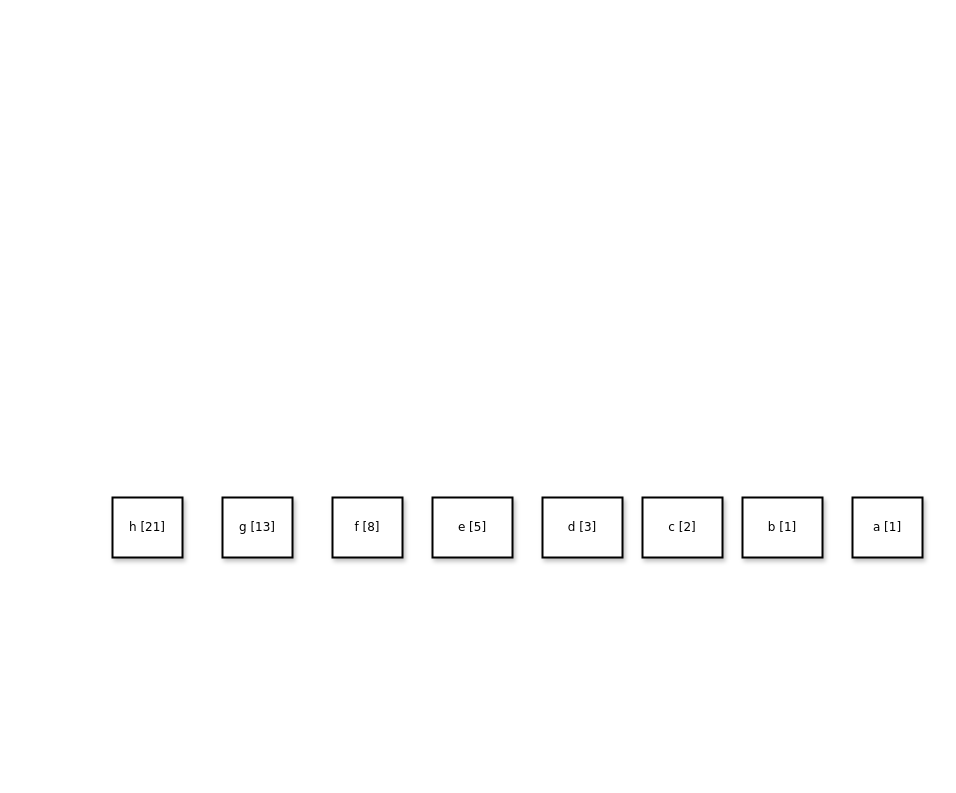
Above: Untitled Diagram.drawio in Depaul-University/Algorithms-and-Data-Structures (draw.io), before the change. Source tidied: cells renumbered, new cells numbered last; positions are measured from the earlier drawing's top-left corner, leaving out a move shared by most shapes. Both pictures are drawn from the tidied source at 100%, with x=0, y=0 at pixel (112, 497).
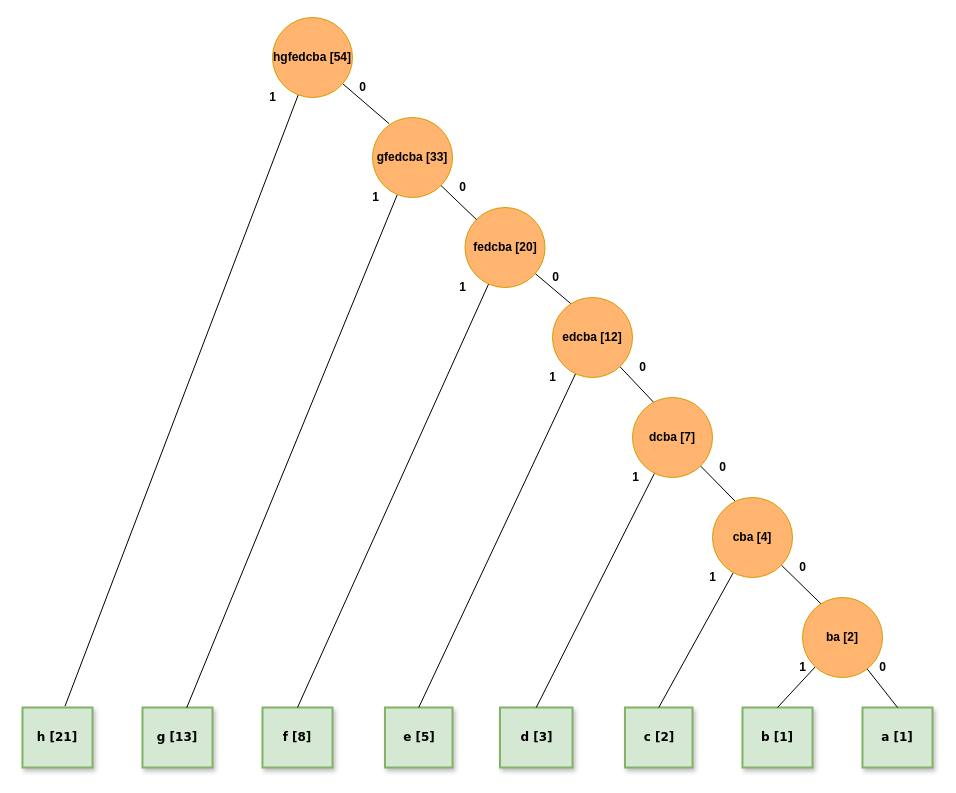
The same page after the edit.

Commit message:
Huffman Encoding First 8 Fibonaci Sequence Diagram.drawio

The edit, as a diff of the source:
```diff
@@
-    <mxCell id="2" value="a [1]" style="whiteSpace=wrap;html=1;rounded=0;shadow=1;labelBackgroundColor=none;strokeWidth=2;fontFamily=Verdana;fontSize=12;align=center;" parent="1" vertex="1">
-      <mxGeometry x="740" width="70" height="60" as="geometry" />
+    <mxCell id="2" value="a [1]" style="whiteSpace=wrap;html=1;rounded=0;shadow=1;labelBackgroundColor=none;strokeWidth=2;fontFamily=Verdana;fontSize=12;align=center;fillColor=#d5e8d4;strokeColor=#82b366;fontStyle=1;" parent="1" vertex="1">
+      <mxGeometry x="750" y="210" width="70" height="60" as="geometry" />
     </mxCell>
-    <mxCell id="3" value="e [5]" style="whiteSpace=wrap;html=1;rounded=0;shadow=1;labelBackgroundColor=none;strokeWidth=2;fontFamily=Verdana;fontSize=12;align=center;" parent="1" vertex="1">
-      <mxGeometry x="320" width="80" height="60" as="geometry" />
+    <mxCell id="3" value="e [5]" style="whiteSpace=wrap;html=1;rounded=0;shadow=1;labelBackgroundColor=none;strokeWidth=2;fontFamily=Verdana;fontSize=12;align=center;fillColor=#d5e8d4;strokeColor=#82b366;fontStyle=1;" parent="1" vertex="1">
+      <mxGeometry x="272.5" y="210" width="67.5" height="60" as="geometry" />
     </mxCell>
-    <mxCell id="4" value="d [3]" style="whiteSpace=wrap;html=1;rounded=0;shadow=1;labelBackgroundColor=none;strokeWidth=2;fontFamily=Verdana;fontSize=12;align=center;" parent="1" vertex="1">
-      <mxGeometry x="430" width="80" height="60" as="geometry" />
+    <mxCell id="4" value="d [3]" style="whiteSpace=wrap;html=1;rounded=0;shadow=1;labelBackgroundColor=none;strokeWidth=2;fontFamily=Verdana;fontSize=12;align=center;fillColor=#d5e8d4;strokeColor=#82b366;fontStyle=1;" parent="1" vertex="1">
+      <mxGeometry x="387.5" y="210" width="72.5" height="60" as="geometry" />
     </mxCell>
-    <mxCell id="5" value="c [2]" style="whiteSpace=wrap;html=1;rounded=0;shadow=1;labelBackgroundColor=none;strokeWidth=2;fontFamily=Verdana;fontSize=12;align=center;" parent="1" vertex="1">
-      <mxGeometry x="530" width="80" height="60" as="geometry" />
+    <mxCell id="5" value="c [2]" style="whiteSpace=wrap;html=1;rounded=0;shadow=1;labelBackgroundColor=none;strokeWidth=2;fontFamily=Verdana;fontSize=12;align=center;fillColor=#d5e8d4;strokeColor=#82b366;fontStyle=1;" parent="1" vertex="1">
+      <mxGeometry x="512.5" y="210" width="67.5" height="60" as="geometry" />
     </mxCell>
-    <mxCell id="6" value="b [1]" style="whiteSpace=wrap;html=1;rounded=0;shadow=1;labelBackgroundColor=none;strokeWidth=2;fontFamily=Verdana;fontSize=12;align=center;" parent="1" vertex="1">
-      <mxGeometry x="630" width="80" height="60" as="geometry" />
+    <mxCell id="6" value="b [1]" style="whiteSpace=wrap;html=1;rounded=0;shadow=1;labelBackgroundColor=none;strokeWidth=2;fontFamily=Verdana;fontSize=12;align=center;fillColor=#d5e8d4;strokeColor=#82b366;fontStyle=1;" parent="1" vertex="1">
+      <mxGeometry x="630" y="210" width="70" height="60" as="geometry" />
     </mxCell>
-    <mxCell id="7" value="f [8]" style="whiteSpace=wrap;html=1;rounded=0;shadow=1;labelBackgroundColor=none;strokeWidth=2;fontFamily=Verdana;fontSize=12;align=center;" parent="1" vertex="1">
-      <mxGeometry x="220" width="70" height="60" as="geometry" />
+    <mxCell id="7" value="f [8]" style="whiteSpace=wrap;html=1;rounded=0;shadow=1;labelBackgroundColor=none;strokeWidth=2;fontFamily=Verdana;fontSize=12;align=center;fillColor=#d5e8d4;strokeColor=#82b366;fontStyle=1;" parent="1" vertex="1">
+      <mxGeometry x="150" y="210" width="70" height="60" as="geometry" />
     </mxCell>
-    <mxCell id="8" value="g [13]" style="whiteSpace=wrap;html=1;rounded=0;shadow=1;labelBackgroundColor=none;strokeWidth=2;fontFamily=Verdana;fontSize=12;align=center;" parent="1" vertex="1">
-      <mxGeometry x="110" width="70" height="60" as="geometry" />
+    <mxCell id="8" value="g [13]" style="whiteSpace=wrap;html=1;rounded=0;shadow=1;labelBackgroundColor=none;strokeWidth=2;fontFamily=Verdana;fontSize=12;align=center;fillColor=#d5e8d4;strokeColor=#82b366;fontStyle=1;" parent="1" vertex="1">
+      <mxGeometry x="30" y="210" width="70" height="60" as="geometry" />
     </mxCell>
+    <mxCell id="10" style="edgeStyle=none;rounded=0;jettySize=auto;html=1;entryX=0.229;entryY=0.077;entryDx=0;entryDy=0;entryPerimeter=0;endArrow=none;endFill=0;" parent="1" edge="1" source="12" target="15">
+      <mxGeometry relative="1" as="geometry" />
+    </mxCell>
+    <mxCell id="11" style="edgeStyle=none;rounded=0;jettySize=auto;html=1;entryX=0.5;entryY=0;entryDx=0;entryDy=0;endArrow=none;endFill=0;" parent="1" edge="1" source="12" target="7">
+      <mxGeometry relative="1" as="geometry" />
+    </mxCell>
+    <mxCell id="12" value="fedcba [20]" style="ellipse;whiteSpace=wrap;html=1;fillColor=#FFB570;strokeColor=#d79b00;fontStyle=1;" parent="1" vertex="1">
+      <mxGeometry x="352.5" y="-290" width="80" height="80" as="geometry" />
+    </mxCell>
+    <mxCell id="13" style="edgeStyle=none;rounded=0;jettySize=auto;html=1;entryX=0.304;entryY=0.102;entryDx=0;entryDy=0;entryPerimeter=0;endArrow=none;endFill=0;" parent="1" edge="1" source="15" target="18">
+      <mxGeometry relative="1" as="geometry" />
+    </mxCell>
+    <mxCell id="14" style="edgeStyle=none;rounded=0;jettySize=auto;html=1;entryX=0.5;entryY=0;entryDx=0;entryDy=0;endArrow=none;endFill=0;" parent="1" edge="1" source="15" target="3">
+      <mxGeometry relative="1" as="geometry" />
+    </mxCell>
+    <mxCell id="15" value="edcba [12]" style="ellipse;whiteSpace=wrap;html=1;fillColor=#FFB570;strokeColor=#d79b00;fontStyle=1;" parent="1" vertex="1">
+      <mxGeometry x="440" y="-200" width="80" height="80" as="geometry" />
+    </mxCell>
+    <mxCell id="16" style="edgeStyle=none;rounded=0;jettySize=auto;html=1;entryX=0.313;entryY=0.077;entryDx=0;entryDy=0;entryPerimeter=0;endArrow=none;endFill=0;" parent="1" edge="1" source="18" target="21">
+      <mxGeometry relative="1" as="geometry" />
+    </mxCell>
+    <mxCell id="17" style="edgeStyle=none;rounded=0;jettySize=auto;html=1;entryX=0.5;entryY=0;entryDx=0;entryDy=0;endArrow=none;endFill=0;" parent="1" edge="1" source="18" target="4">
+      <mxGeometry relative="1" as="geometry" />
+    </mxCell>
+    <mxCell id="18" value="dcba [7]" style="ellipse;whiteSpace=wrap;html=1;fillColor=#FFB570;strokeColor=#d79b00;fontStyle=1;" parent="1" vertex="1">
+      <mxGeometry x="520" y="-100" width="80" height="80" as="geometry" />
+    </mxCell>
+    <mxCell id="19" style="edgeStyle=none;rounded=0;jettySize=auto;html=1;entryX=0.25;entryY=0.098;entryDx=0;entryDy=0;entryPerimeter=0;endArrow=none;endFill=0;" parent="1" edge="1" source="21" target="24">
+      <mxGeometry relative="1" as="geometry" />
+    </mxCell>
+    <mxCell id="20" style="edgeStyle=none;rounded=0;jettySize=auto;html=1;entryX=0.5;entryY=0;entryDx=0;entryDy=0;endArrow=none;endFill=0;" parent="1" edge="1" source="21" target="5">
+      <mxGeometry relative="1" as="geometry" />
+    </mxCell>
+    <mxCell id="21" value="cba [4]" style="ellipse;whiteSpace=wrap;html=1;fillColor=#FFB570;strokeColor=#d79b00;fontStyle=1;" parent="1" vertex="1">
+      <mxGeometry x="600" width="80" height="80" as="geometry" />
+    </mxCell>
+    <mxCell id="22" style="edgeStyle=none;rounded=0;jettySize=auto;html=1;entryX=0.5;entryY=0;entryDx=0;entryDy=0;endArrow=none;endFill=0;" parent="1" edge="1" source="24" target="2">
+      <mxGeometry relative="1" as="geometry" />
+    </mxCell>
+    <mxCell id="23" style="edgeStyle=none;rounded=0;jettySize=auto;html=1;entryX=0.5;entryY=0;entryDx=0;entryDy=0;endArrow=none;endFill=0;" parent="1" edge="1" source="24" target="6">
+      <mxGeometry relative="1" as="geometry" />
+    </mxCell>
+    <mxCell id="24" value="ba [2]" style="ellipse;whiteSpace=wrap;html=1;fillColor=#FFB570;strokeColor=#d79b00;fontStyle=1;" parent="1" vertex="1">
+      <mxGeometry x="690" y="100" width="80" height="80" as="geometry" />
+    </mxCell>
+    <mxCell id="25" style="edgeStyle=none;rounded=0;jettySize=auto;html=1;endArrow=none;endFill=0;" parent="1" edge="1" source="27" target="12">
+      <mxGeometry relative="1" as="geometry" />
+    </mxCell>
+    <mxCell id="26" style="edgeStyle=none;rounded=0;jettySize=auto;html=1;entryX=0.631;entryY=0.006;entryDx=0;entryDy=0;entryPerimeter=0;endArrow=none;endFill=0;" parent="1" edge="1" source="27" target="8">
+      <mxGeometry relative="1" as="geometry" />
+    </mxCell>
+    <mxCell id="27" value="gfedcba [33]" style="ellipse;whiteSpace=wrap;html=1;fillColor=#FFB570;strokeColor=#d79b00;fontStyle=1;" parent="1" vertex="1">
+      <mxGeometry x="260" y="-380" width="80" height="80" as="geometry" />
+    </mxCell>
-    <mxCell id="9" value="h [21]" style="whiteSpace=wrap;html=1;rounded=0;shadow=1;labelBackgroundColor=none;strokeWidth=2;fontFamily=Verdana;fontSize=12;align=center;" parent="1" vertex="1">
-      <mxGeometry width="70" height="60" as="geometry" />
+    <mxCell id="9" value="h [21]" style="whiteSpace=wrap;html=1;rounded=0;shadow=1;labelBackgroundColor=none;strokeWidth=2;fontFamily=Verdana;fontSize=12;align=center;fillColor=#d5e8d4;strokeColor=#82b366;fontStyle=1;" parent="1" vertex="1">
+      <mxGeometry x="-90" y="210" width="70" height="60" as="geometry" />
     </mxCell>
+    <mxCell id="28" style="rounded=0;jettySize=auto;html=1;entryX=0.208;entryY=0.077;entryDx=0;entryDy=0;entryPerimeter=0;endArrow=none;endFill=0;" parent="1" edge="1" source="30" target="27">
+      <mxGeometry relative="1" as="geometry" />
+    </mxCell>
+    <mxCell id="29" style="edgeStyle=none;rounded=0;jettySize=auto;html=1;entryX=0.607;entryY=-0.022;entryDx=0;entryDy=0;entryPerimeter=0;endArrow=none;endFill=0;" parent="1" edge="1" source="30" target="9">
+      <mxGeometry relative="1" as="geometry" />
+    </mxCell>
+    <mxCell id="30" value="hgfedcba [54]" style="ellipse;whiteSpace=wrap;html=1;fillColor=#FFB570;strokeColor=#d79b00;fontStyle=1;" parent="1" vertex="1">
+      <mxGeometry x="160" y="-480" width="80" height="80" as="geometry" />
+    </mxCell>
+    <mxCell id="31" value="0" style="text;html=1;align=center;verticalAlign=middle;strokeColor=none;fillColor=none;fontStyle=1;" parent="1" vertex="1">
+      <mxGeometry x="240" y="-420" width="20" height="20" as="geometry" />
+    </mxCell>
+    <mxCell id="32" value="0" style="text;html=1;align=center;verticalAlign=middle;strokeColor=none;fillColor=none;fontStyle=1;" parent="1" vertex="1">
+      <mxGeometry x="340" y="-320" width="20" height="20" as="geometry" />
+    </mxCell>
+    <mxCell id="33" value="0" style="text;html=1;align=center;verticalAlign=middle;strokeColor=none;fillColor=none;fontStyle=1;" parent="1" vertex="1">
+      <mxGeometry x="432.5" y="-230" width="20" height="20" as="geometry" />
+    </mxCell>
+    <mxCell id="34" value="0" style="text;html=1;align=center;verticalAlign=middle;strokeColor=none;fillColor=none;fontStyle=1;" parent="1" vertex="1">
+      <mxGeometry x="520" y="-140" width="20" height="20" as="geometry" />
+    </mxCell>
+    <mxCell id="35" value="0" style="text;html=1;align=center;verticalAlign=middle;strokeColor=none;fillColor=none;fontStyle=1;" parent="1" vertex="1">
+      <mxGeometry x="600" y="-40" width="20" height="20" as="geometry" />
+    </mxCell>
+    <mxCell id="36" value="0" style="text;html=1;align=center;verticalAlign=middle;strokeColor=none;fillColor=none;fontStyle=1;" parent="1" vertex="1">
+      <mxGeometry x="680" y="60" width="20" height="20" as="geometry" />
+    </mxCell>
+    <mxCell id="37" value="0" style="text;html=1;align=center;verticalAlign=middle;strokeColor=none;fillColor=none;fontStyle=1;" parent="1" vertex="1">
+      <mxGeometry x="760" y="160" width="20" height="20" as="geometry" />
+    </mxCell>
+    <mxCell id="38" value="1" style="text;html=1;align=center;verticalAlign=middle;strokeColor=none;fillColor=none;fontStyle=1;" parent="1" vertex="1">
+      <mxGeometry x="680" y="160" width="20" height="20" as="geometry" />
+    </mxCell>
+    <mxCell id="39" value="1" style="text;html=1;align=center;verticalAlign=middle;strokeColor=none;fillColor=none;fontStyle=1;" parent="1" vertex="1">
+      <mxGeometry x="590" y="70" width="20" height="20" as="geometry" />
+    </mxCell>
+    <mxCell id="40" value="1" style="text;html=1;align=center;verticalAlign=middle;strokeColor=none;fillColor=none;fontStyle=1;" parent="1" vertex="1">
+      <mxGeometry x="512.5" y="-30" width="20" height="20" as="geometry" />
+    </mxCell>
+    <mxCell id="41" value="1" style="text;html=1;align=center;verticalAlign=middle;strokeColor=none;fillColor=none;fontStyle=1;" parent="1" vertex="1">
+      <mxGeometry x="430" y="-130" width="20" height="20" as="geometry" />
+    </mxCell>
+    <mxCell id="42" value="1" style="text;html=1;align=center;verticalAlign=middle;strokeColor=none;fillColor=none;fontStyle=1;" parent="1" vertex="1">
+      <mxGeometry x="340" y="-220" width="20" height="20" as="geometry" />
+    </mxCell>
+    <mxCell id="43" value="1" style="text;html=1;align=center;verticalAlign=middle;strokeColor=none;fillColor=none;fontStyle=1;" parent="1" vertex="1">
+      <mxGeometry x="252.5" y="-310" width="20" height="20" as="geometry" />
+    </mxCell>
+    <mxCell id="44" value="1" style="text;html=1;align=center;verticalAlign=middle;strokeColor=none;fillColor=none;fontStyle=1;" parent="1" vertex="1">
+      <mxGeometry x="150" y="-410" width="20" height="20" as="geometry" />
+    </mxCell>
```
